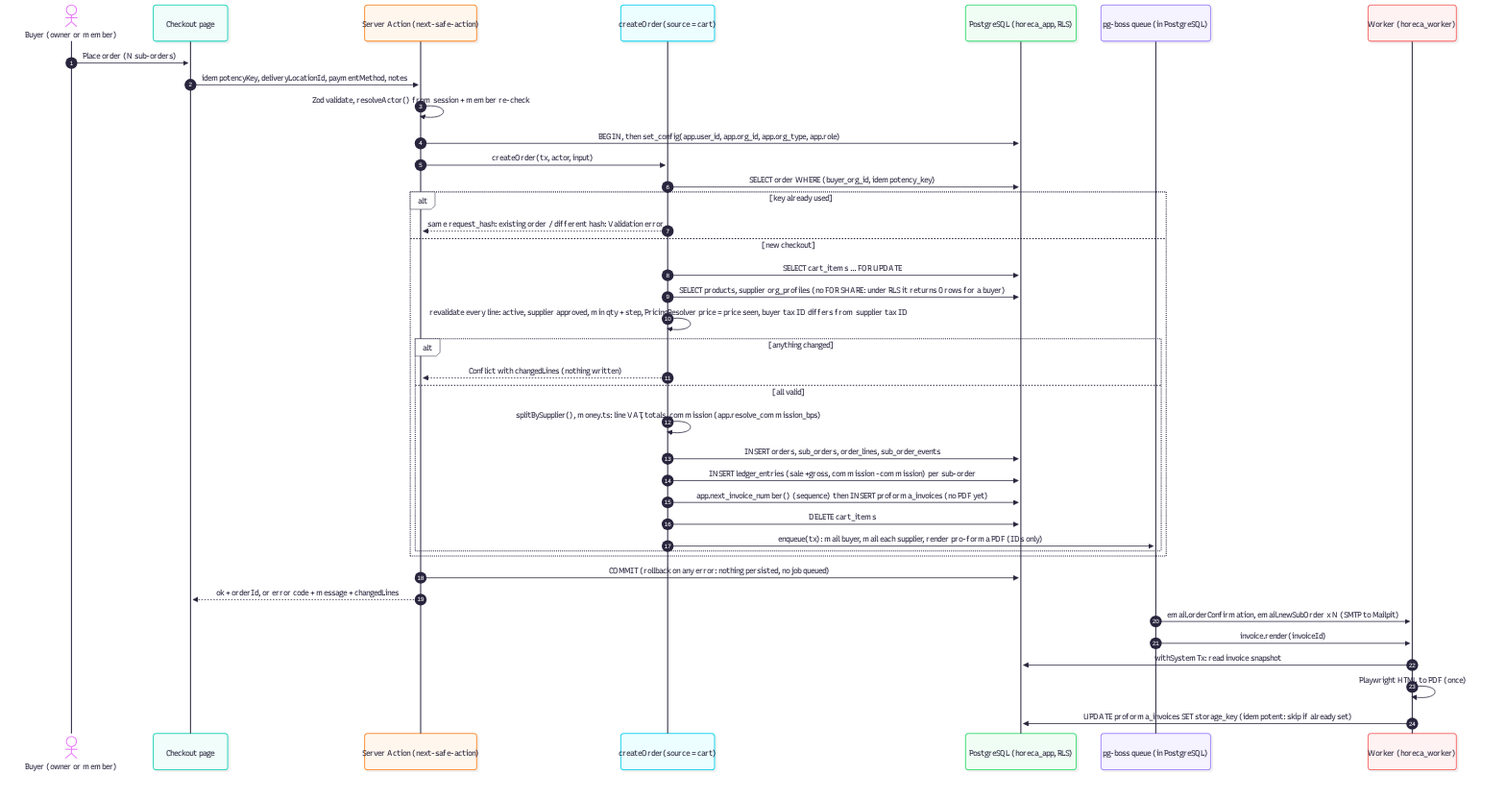
The Mermaid diagram docs/diagrams/12-checkout-sequence.png in horeca-ai-dev/horeca-marketplace, before a commit. Its source is kept beside it as docs/diagrams/12-checkout-sequence.mmd.
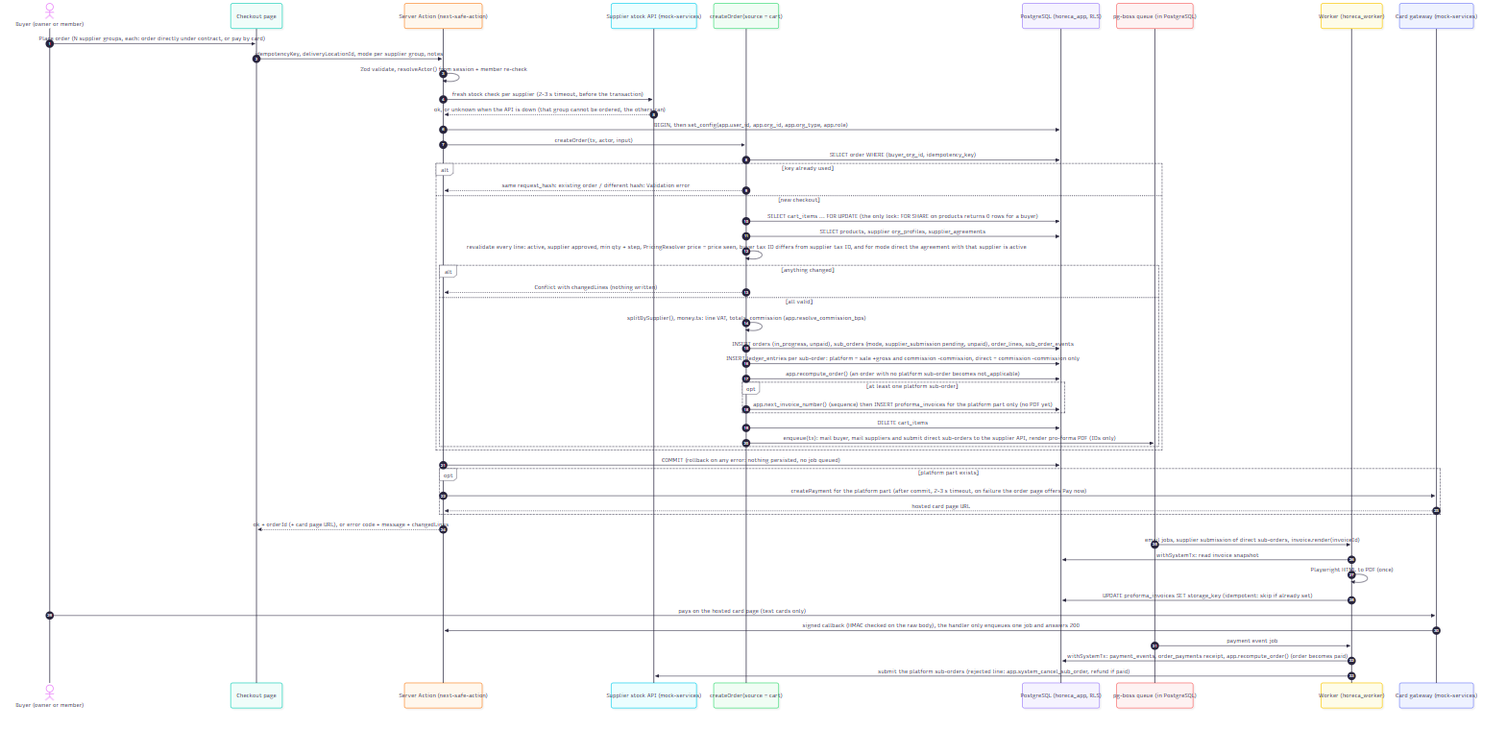
Later version of the same file.

The edit, as a diff of the source:
```diff
@@ -23,7 +23,7 @@
   else new checkout
     D->>PG: SELECT cart_items ... FOR UPDATE (the only lock: FOR SHARE on products returns 0 rows for a buyer)
     D->>PG: SELECT products, supplier org_profiles, supplier_agreements
-    D->>D: revalidate every line: active, supplier approved, min qty + step, PricingResolver price = price seen, buyer tax ID differs from supplier tax ID; mode direct: agreement with that supplier is active
+    D->>D: revalidate every line: active, supplier approved, min qty + step, PricingResolver price = price seen, buyer tax ID differs from supplier tax ID, and for mode direct the agreement with that supplier is active
     alt anything changed
       D-->>SA: Conflict with changedLines (nothing written)
     else all valid
@@ -40,7 +40,7 @@
   end
   SA->>PG: COMMIT (rollback on any error: nothing persisted, no job queued)
   opt platform part exists
-    SA->>GW: createPayment for the platform part (after commit, 2-3 s timeout; on failure the order page offers Pay now)
+    SA->>GW: createPayment for the platform part (after commit, 2-3 s timeout, on failure the order page offers Pay now)
     GW-->>SA: hosted card page URL
   end
   SA-->>UI: ok + orderId (+ card page URL), or error code + message + changedLines
```
